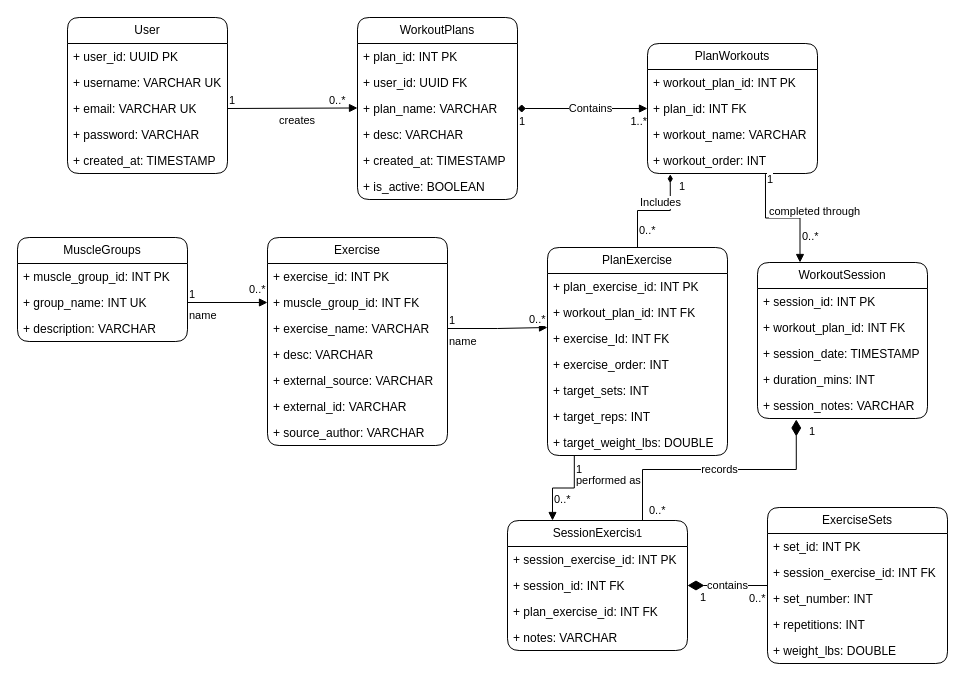
Earlier version of the draw.io diagram page "UML" (1 of 2) of DB_UML_Diagram.drawio (onlynoer/workout-tracker). Source tidied: cells renumbered, new cells numbered last; positions are measured from the earlier drawing's top-left corner, leaving out a move shared by most shapes. Both pictures are drawn from the tidied source at 100%, with x=0, y=0 at pixel (17, 17).
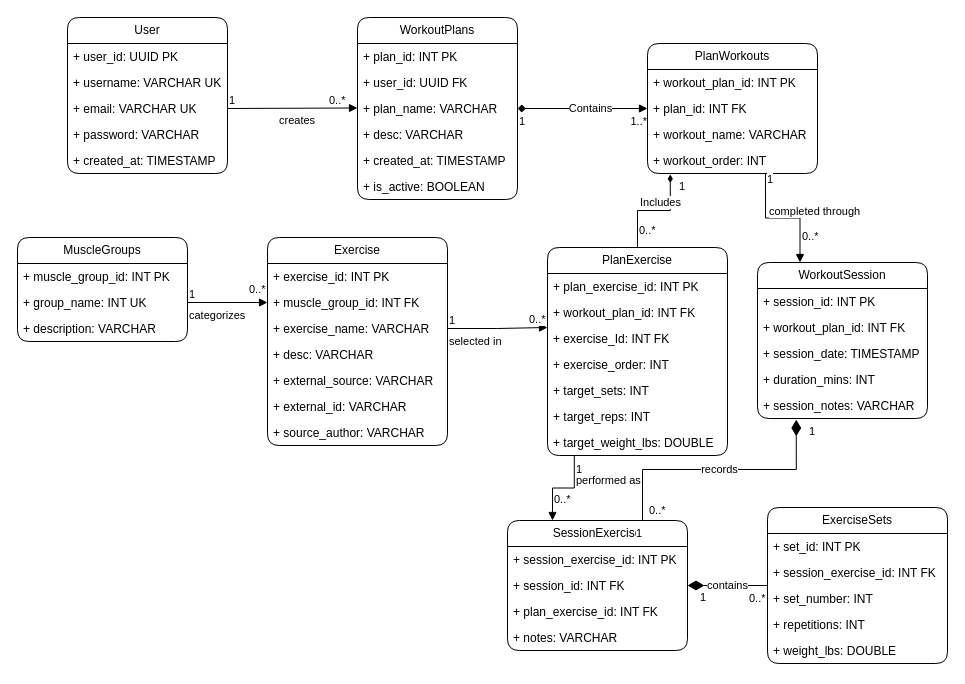
The same diagram, later.

The change refers to these unchanged cells:
```xml
<mxCell id="31" value="+ group_name: INT UK" style="text;strokeColor=none;fillColor=none;align=left;verticalAlign=top;spacingLeft=4;spacingRight=4;overflow=hidden;points=[[0,0.5],[1,0.5]];portConstraint=eastwest;whiteSpace=wrap;html=1;" parent="29" vertex="1">
  <mxGeometry y="52" width="170" height="26" as="geometry" />
</mxCell>
<mxCell id="35" value="+ muscle_group_id: INT FK" style="text;strokeColor=none;fillColor=none;align=left;verticalAlign=top;spacingLeft=4;spacingRight=4;overflow=hidden;points=[[0,0.5],[1,0.5]];portConstraint=eastwest;whiteSpace=wrap;html=1;" parent="33" vertex="1">
  <mxGeometry y="52" width="180" height="26" as="geometry" />
</mxCell>
<mxCell id="36" value="+ exercise_name: VARCHAR" style="text;strokeColor=none;fillColor=none;align=left;verticalAlign=top;spacingLeft=4;spacingRight=4;overflow=hidden;points=[[0,0.5],[1,0.5]];portConstraint=eastwest;whiteSpace=wrap;html=1;" parent="33" vertex="1">
  <mxGeometry y="78" width="180" height="26" as="geometry" />
</mxCell>
```

What changed in the source:
```diff
@@
-    <mxCell id="69" value="name" style="endArrow=block;endFill=1;html=1;edgeStyle=orthogonalEdgeStyle;align=left;verticalAlign=top;rounded=0;defaultLabelBackgroundColor=page;exitX=1;exitY=0.5;exitDx=0;exitDy=0;entryX=0;entryY=0.5;entryDx=0;entryDy=0;" parent="1" edge="1" source="31" target="35">
+    <mxCell id="69" value="categorizes" style="endArrow=block;endFill=1;html=1;edgeStyle=orthogonalEdgeStyle;align=left;verticalAlign=top;rounded=0;defaultLabelBackgroundColor=page;exitX=1;exitY=0.5;exitDx=0;exitDy=0;entryX=0;entryY=0.5;entryDx=0;entryDy=0;" parent="1" edge="1" source="31" target="35">
       <mxGeometry x="-1" relative="1" as="geometry" />
     </mxCell>
@@
-    <mxCell id="72" value="name" style="endArrow=block;endFill=1;html=1;edgeStyle=orthogonalEdgeStyle;align=left;verticalAlign=top;rounded=0;defaultLabelBackgroundColor=page;exitX=1;exitY=0.5;exitDx=0;exitDy=0;" parent="1" edge="1" source="36">
+    <mxCell id="72" value="selected in" style="endArrow=block;endFill=1;html=1;edgeStyle=orthogonalEdgeStyle;align=left;verticalAlign=top;rounded=0;defaultLabelBackgroundColor=page;exitX=1;exitY=0.5;exitDx=0;exitDy=0;" parent="1" edge="1" source="36">
       <mxGeometry x="-1" relative="1" as="geometry">
         <mxPoint x="530" y="310" as="targetPoint" />
       </mxGeometry>
     </mxCell>
```
